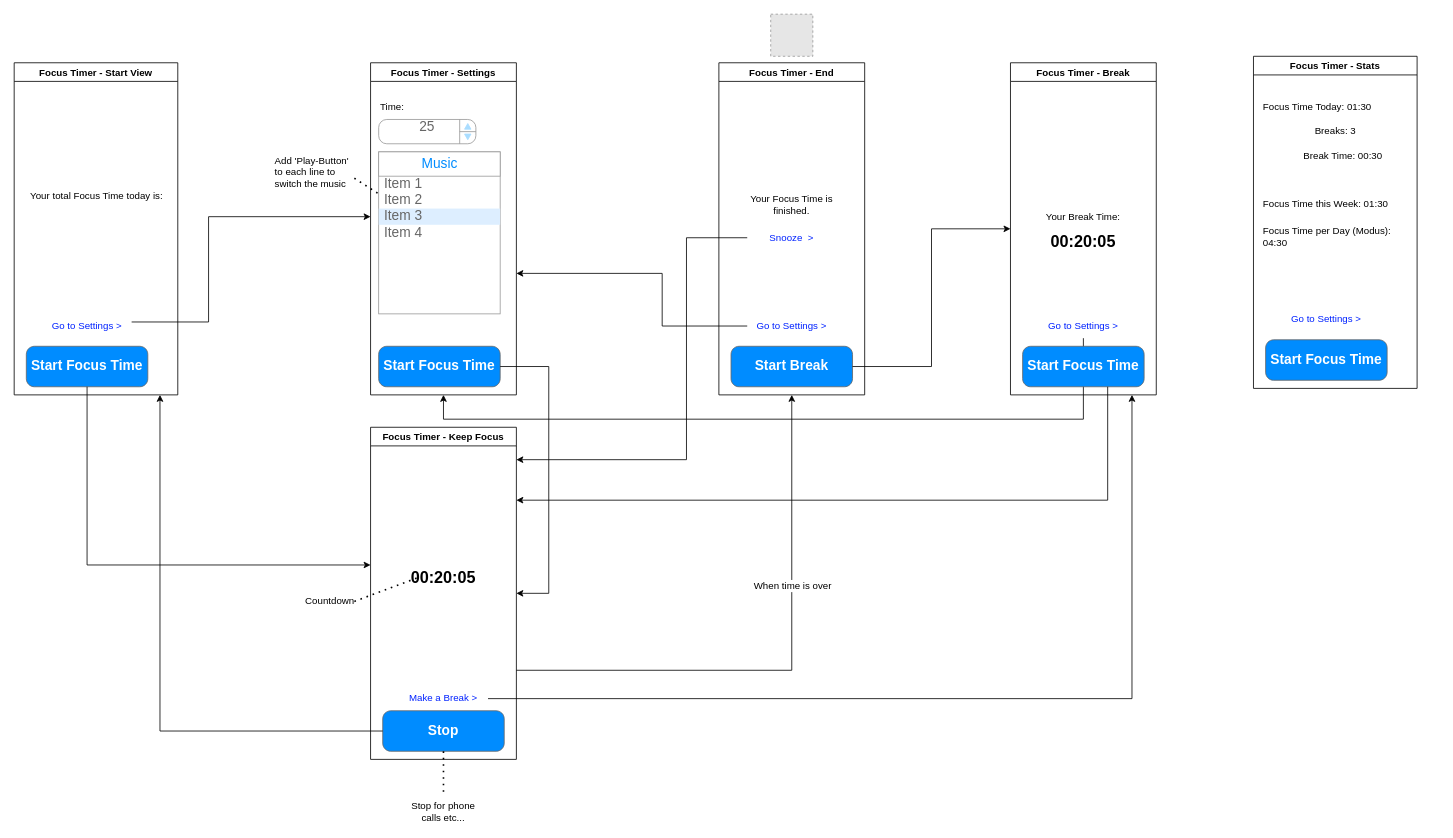
Before: Documentation/mock.drawio in doesch/FocusTimer, a draw.io diagram. Source tidied: cells renumbered, new cells numbered last; positions are measured from the earlier drawing's top-left corner, leaving out a move shared by most shapes. Both pictures are drawn from the tidied source at 81%, with x=0, y=0 at pixel (14, 14). Pictures stored in the file or linked from it are replaced by grey dashed boxes.
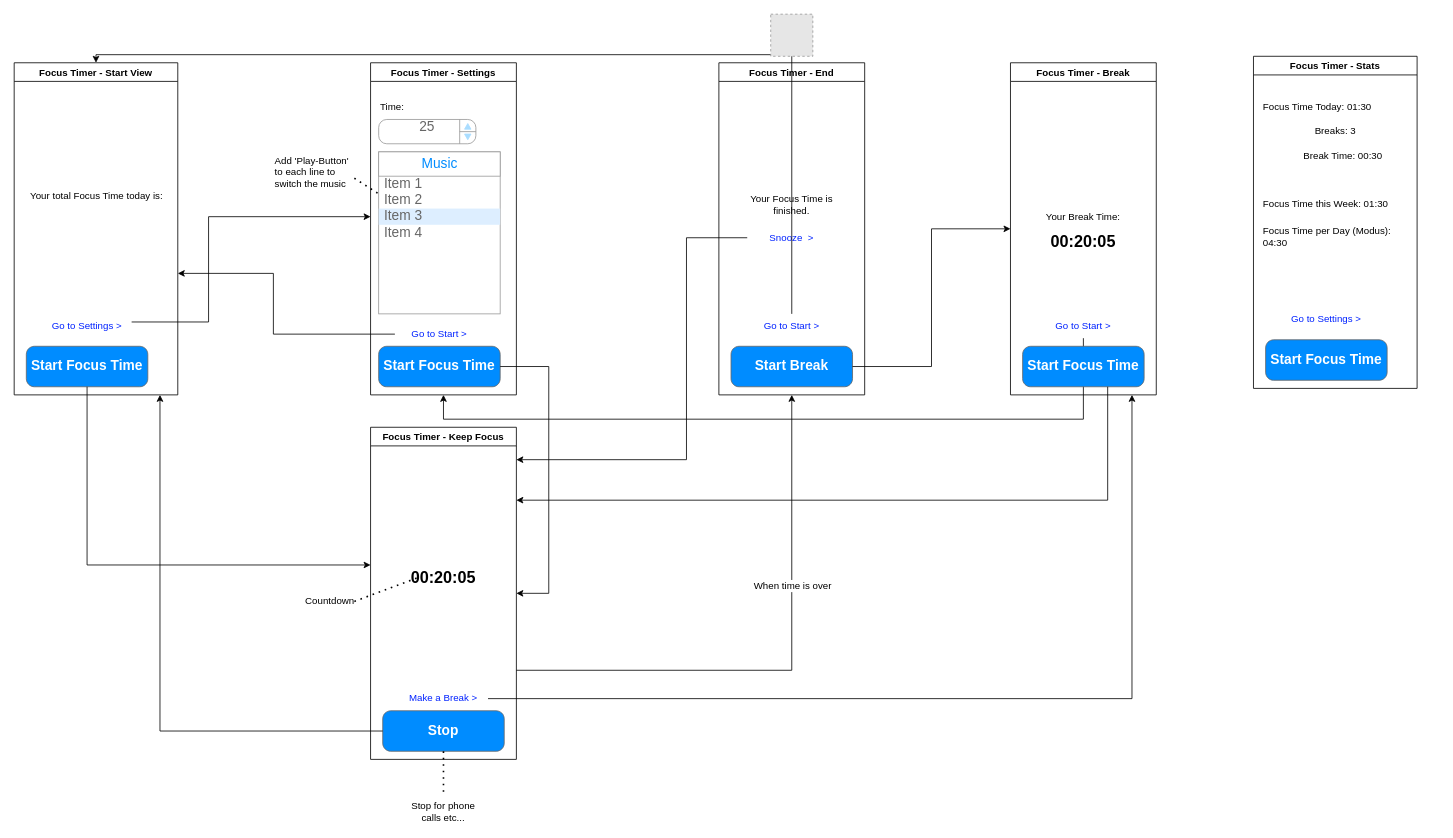
Above is the later version.

Commit message (it also covers changes not shown here):
Added publishing profile to publish the app to my local computer

Unchanged cells that the change refers to:
```xml
<mxCell id="3" value="Focus Timer - Settings" style="swimlane;" parent="1" vertex="1">
  <mxGeometry x="440" y="60" width="180" height="410" as="geometry" />
</mxCell>
<mxCell id="15" value="Focus Timer - Break" style="swimlane;" parent="1" vertex="1">
  <mxGeometry x="1230" y="60" width="180" height="410" as="geometry" />
</mxCell>
<mxCell id="28" value="Focus Timer - End" style="swimlane;" parent="1" vertex="1">
  <mxGeometry x="870" y="60" width="180" height="410" as="geometry" />
</mxCell>
<mxCell id="51" value="Focus Timer - Start View" style="swimlane;" parent="1" vertex="1">
  <mxGeometry y="60" width="202" height="410" as="geometry" />
</mxCell>
```

Change to the diagram source:
```diff
@@
+    <mxCell id="57" value="Go to Start &amp;gt;" style="text;html=1;strokeColor=none;fillColor=none;align=center;verticalAlign=middle;whiteSpace=wrap;rounded=0;fontSize=12;fontStyle=0;fontColor=#0022FF;" parent="3" vertex="1">
+      <mxGeometry x="30" y="320" width="110" height="30" as="geometry" />
+    </mxCell>
@@
-    <mxCell id="19" value="Go to Settings &amp;gt;" style="text;html=1;strokeColor=none;fillColor=none;align=center;verticalAlign=middle;whiteSpace=wrap;rounded=0;fontSize=12;fontStyle=0;fontColor=#0022FF;" parent="15" vertex="1">
+    <mxCell id="19" value="Go to Start &amp;gt;" style="text;html=1;strokeColor=none;fillColor=none;align=center;verticalAlign=middle;whiteSpace=wrap;rounded=0;fontSize=12;fontStyle=0;fontColor=#0022FF;" parent="15" vertex="1">
       <mxGeometry x="35" y="310" width="110" height="30" as="geometry" />
     </mxCell>
@@
-    <mxCell id="31" value="Go to Settings &amp;gt;" style="text;html=1;strokeColor=none;fillColor=none;align=center;verticalAlign=middle;whiteSpace=wrap;rounded=0;fontSize=12;fontStyle=0;fontColor=#0022FF;" parent="28" vertex="1">
+    <mxCell id="31" value="Go to Start &amp;gt;" style="text;html=1;strokeColor=none;fillColor=none;align=center;verticalAlign=middle;whiteSpace=wrap;rounded=0;fontSize=12;fontStyle=0;fontColor=#0022FF;" parent="28" vertex="1">
       <mxGeometry x="35" y="310" width="110" height="30" as="geometry" />
     </mxCell>
@@
-    <mxCell id="33" style="endArrow=classic;html=1;rounded=0;fontSize=12;fontColor=#0022FF;align=center;edgeStyle=elbowEdgeStyle;" parent="1" edge="1" source="31" target="3">
+    <mxCell id="33" style="endArrow=classic;html=1;rounded=0;fontSize=12;fontColor=#0022FF;align=center;edgeStyle=elbowEdgeStyle;elbow=vertical;" parent="1" edge="1" source="31" target="51">
       <mxGeometry relative="1" as="geometry">
         <Array as="points">
-          <mxPoint x="800" y="320" />
+          <mxPoint x="660" y="50" />
+          <mxPoint x="230" y="10" />
         </Array>
       </mxGeometry>
     </mxCell>
@@
+    <mxCell id="58" style="endArrow=classic;html=1;rounded=0;edgeStyle=elbowEdgeStyle;" parent="1" edge="1" source="57" target="51">
+      <mxGeometry relative="1" as="geometry">
+        <Array as="points">
+          <mxPoint x="320" y="320" />
+        </Array>
+      </mxGeometry>
+    </mxCell>
```
